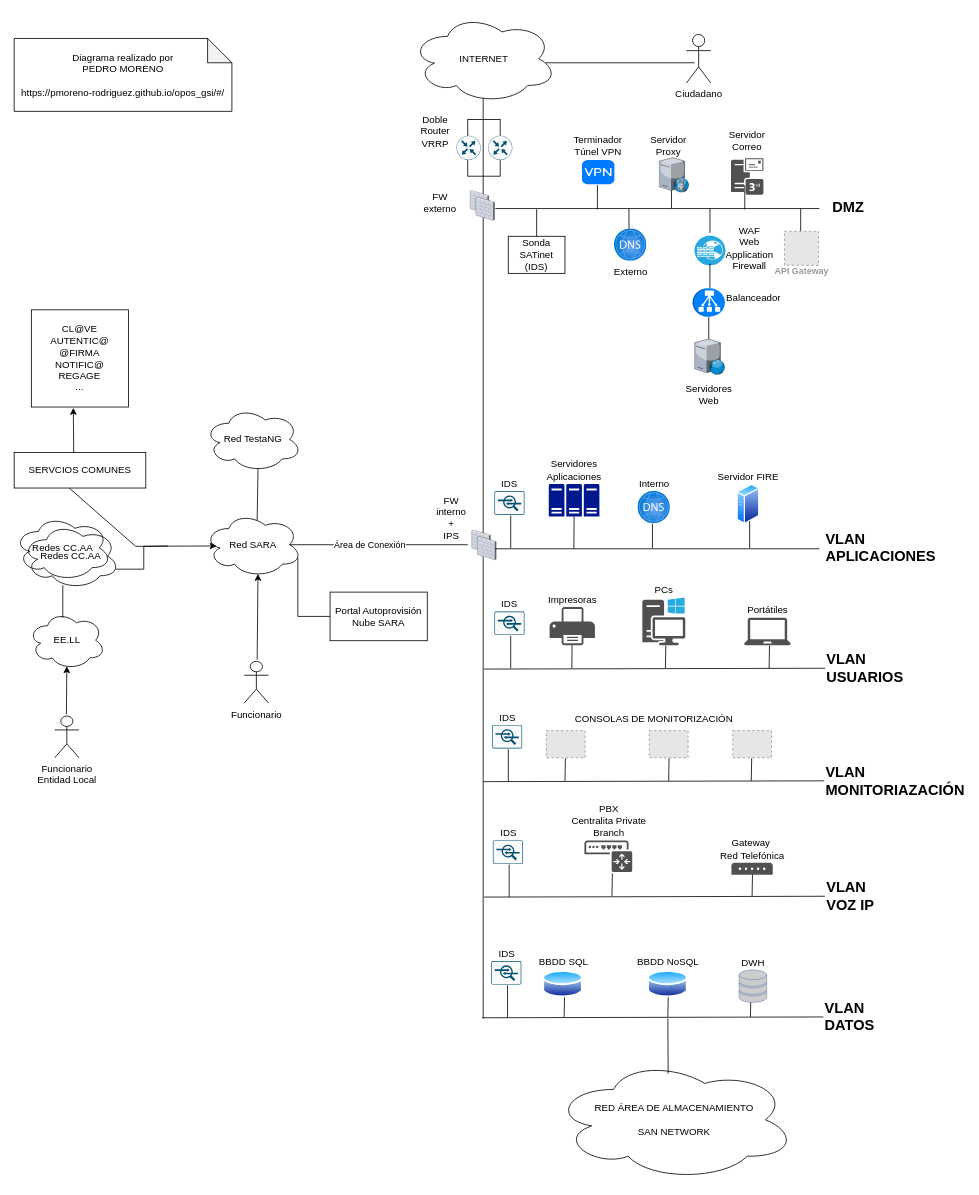
pmoreno-rodriguez/opos_gsi keeps this draw.io diagram as docs/diagramas/Diagrama-red-ampliado.drawio. Above is the earlier version. Source tidied: cells renumbered, new cells numbered last; positions are measured from the earlier drawing's top-left corner, leaving out a move shared by most shapes. Both pictures are drawn from the tidied source at 81%, with x=0, y=0 at pixel (14, 14). Pictures stored in the file or linked from it are replaced by grey dashed boxes.
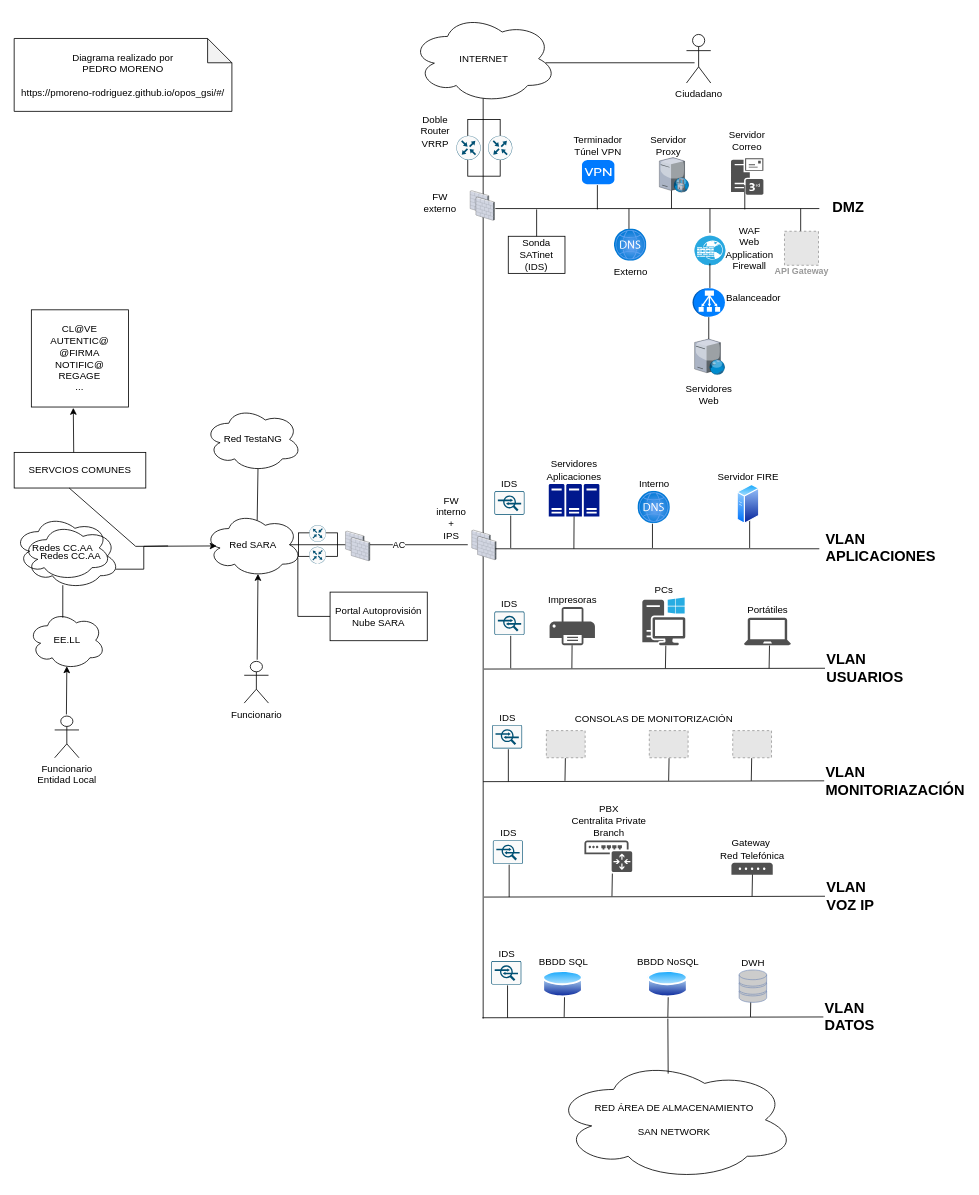
The same page after the edit.

Commit message (it also covers changes not shown here):
actualización de diagramas

The change refers to these unchanged cells:
```xml
<mxCell id="74" style="endArrow=none;html=1;rounded=0;" parent="1" edge="1">
  <mxGeometry relative="1" as="geometry">
    <mxPoint x="340" y="655" as="sourcePoint" />
    <mxPoint x="560" y="655" as="targetPoint" />
  </mxGeometry>
</mxCell>
```

Change to the diagram source:
```diff
@@
-    <mxCell id="75" value="Área de Conexión" style="edgeLabel;html=1;align=center;verticalAlign=middle;" parent="74" vertex="1">
-      <mxGeometry x="-0.11" relative="1" as="geometry" />
+    <mxCell id="75" value="AC" style="edgeLabel;html=1;align=center;verticalAlign=middle;" parent="74" vertex="1">
+      <mxGeometry x="-0.11" relative="1" as="geometry">
+        <mxPoint x="36" as="offset" />
+      </mxGeometry>
     </mxCell>
@@
+    <mxCell id="141" style="group;" parent="1" vertex="1">
+      <mxGeometry x="351" y="630.7" width="88.1" height="48.7" as="geometry" />
+    </mxCell>
+    <mxCell id="142" style="group;" parent="141" vertex="1">
+      <mxGeometry x="58.1" y="7.6" width="30" height="40" as="geometry" />
+    </mxCell>
+    <mxCell id="143" style="verticalLabelPosition=bottom;sketch=0;html=1;verticalAlign=top;strokeColor=none;align=center;shape=mxgraph.citrix.firewall;" parent="142" vertex="1">
+      <mxGeometry width="22.9" height="28.4" as="geometry" />
+    </mxCell>
+    <mxCell id="144" style="verticalLabelPosition=bottom;sketch=0;html=1;verticalAlign=top;strokeColor=none;align=center;shape=mxgraph.citrix.firewall;" parent="142" vertex="1">
+      <mxGeometry x="7.1" y="8" width="22.9" height="28.4" as="geometry" />
+    </mxCell>
+    <mxCell id="145" style="group;fillColor=none;rotation=-90;" parent="141" vertex="1">
+      <mxGeometry x="0.9" y="1.4" width="46.4" height="48.3" as="geometry" />
+    </mxCell>
+    <mxCell id="146" style="rounded=0;whiteSpace=wrap;html=1;fillColor=none;rotation=-90;" parent="145" vertex="1">
+      <mxGeometry x="8.7" y="-1.4" width="29" height="48.3" as="geometry" />
+    </mxCell>
+    <mxCell id="147" style="sketch=0;verticalLabelPosition=bottom;html=1;verticalAlign=top;align=center;shape=mxgraph.cisco19.rect;prIcon=router;fillColor=#FAFAFA;strokeColor=#005073;rotation=-90;" parent="145" vertex="1">
+      <mxGeometry x="12.3" y="25.5" width="20.7" height="20.7" as="geometry" />
+    </mxCell>
+    <mxCell id="148" style="sketch=0;verticalLabelPosition=bottom;html=1;verticalAlign=top;align=center;shape=mxgraph.cisco19.rect;prIcon=router;fillColor=#FAFAFA;strokeColor=#005073;rotation=-90;" parent="141" vertex="1">
+      <mxGeometry x="13.3" width="20.7" height="20.7" as="geometry" />
+    </mxCell>
```
